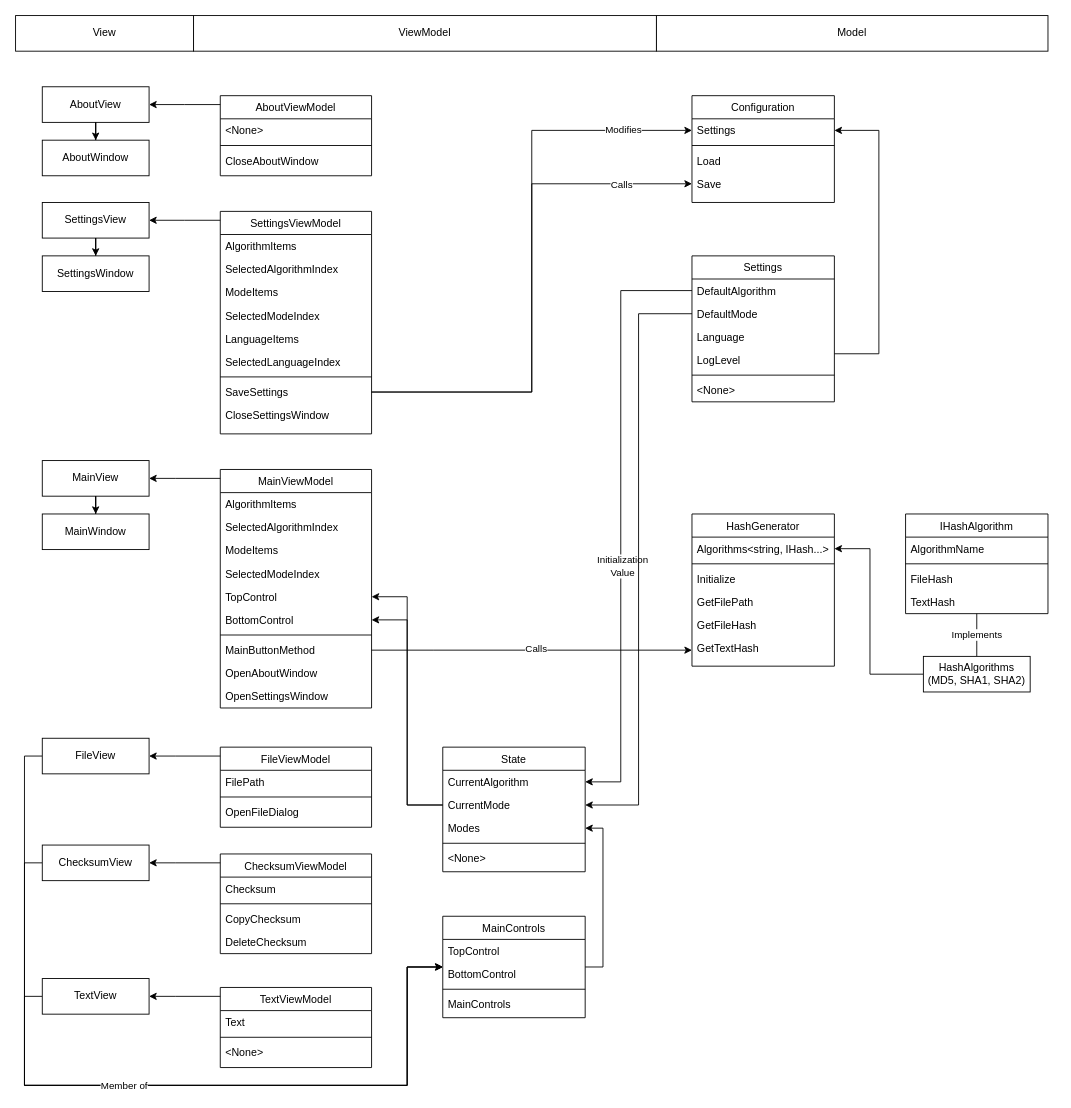
Before: rough_relationship_diagram.drawio in ZeroOne010101/SumCompare, a draw.io diagram. Source tidied: cells renumbered, new cells numbered last; positions are measured from the earlier drawing's top-left corner, leaving out a move shared by most shapes. Both pictures are drawn from the tidied source at 89%, with x=0, y=0 at pixel (15, 15).
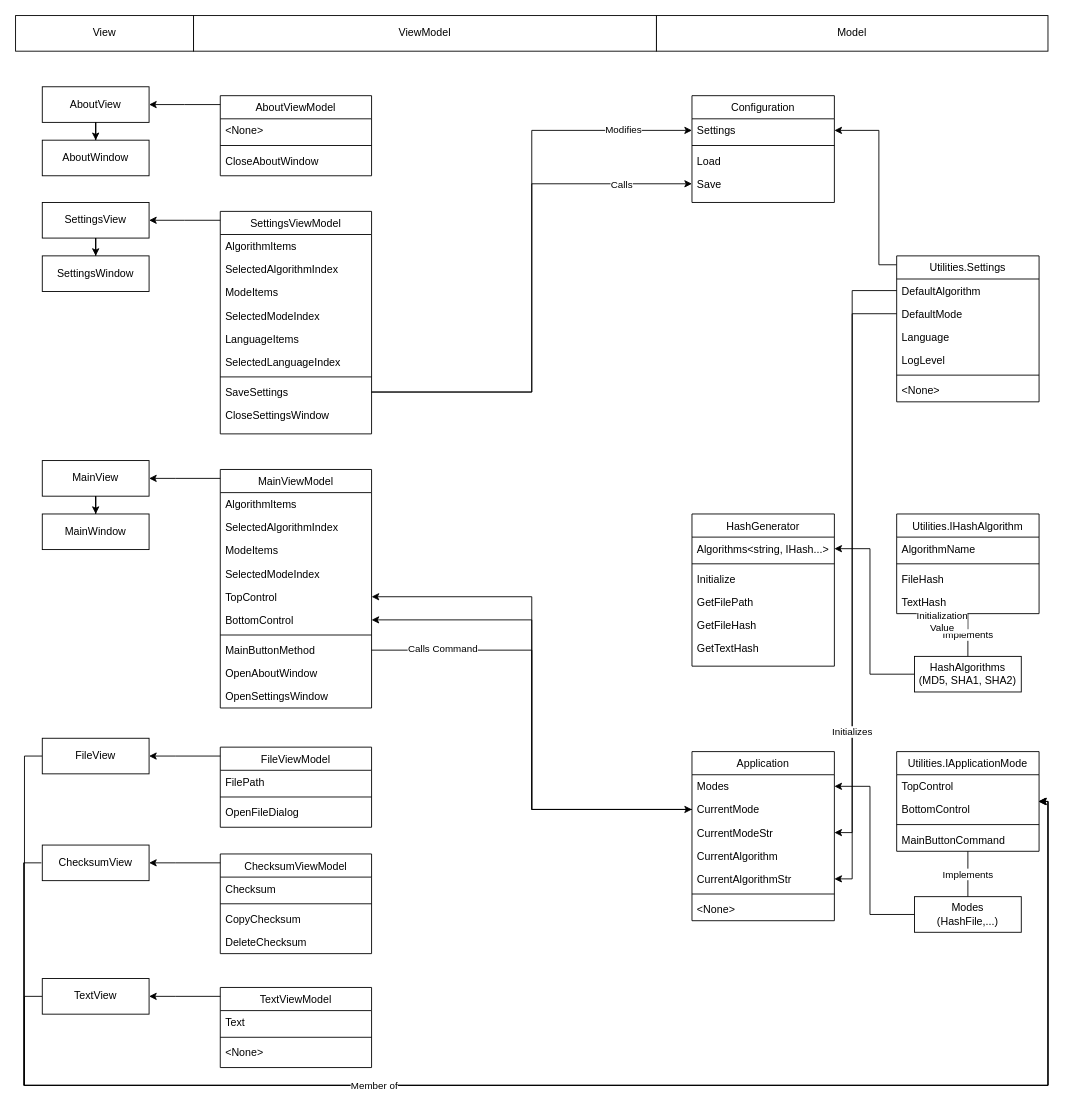
After the change.

Unchanged cells that the change refers to:
```xml
<mxCell id="30" value="MainButtonMethod" style="text;align=left;verticalAlign=top;spacingLeft=4;spacingRight=4;overflow=hidden;points=[[0,0.5],[1,0.5]];portConstraint=eastwest;" parent="22" vertex="1">
  <mxGeometry y="190" width="170" height="26" as="geometry" />
</mxCell>
<mxCell id="40" value="Settings" style="text;align=left;verticalAlign=top;spacingLeft=4;spacingRight=4;overflow=hidden;points=[[0,0.5],[1,0.5]];portConstraint=eastwest;" parent="39" vertex="1">
  <mxGeometry y="26" width="160" height="26" as="geometry" />
</mxCell>
<mxCell id="46" value="DefaultAlgorithm" style="text;align=left;verticalAlign=top;spacingLeft=4;spacingRight=4;overflow=hidden;points=[[0,0.5],[1,0.5]];portConstraint=eastwest;" parent="45" vertex="1">
  <mxGeometry y="26" width="160" height="26" as="geometry" />
</mxCell>
<mxCell id="47" value="DefaultMode" style="text;align=left;verticalAlign=top;spacingLeft=4;spacingRight=4;overflow=hidden;points=[[0,0.5],[1,0.5]];portConstraint=eastwest;" parent="45" vertex="1">
  <mxGeometry y="52" width="160" height="26" as="geometry" />
</mxCell>
<mxCell id="52" value="HashGenerator" style="swimlane;fontStyle=0;align=center;verticalAlign=top;horizontal=1;startSize=26;rounded=0;shadow=0;strokeWidth=1;" parent="1" vertex="1">
  <mxGeometry x="760" y="560" width="160" height="171" as="geometry" />
</mxCell>
<mxCell id="81" value="FileView" style="rounded=0;whiteSpace=wrap;html=1;" parent="1" vertex="1">
  <mxGeometry x="30" y="812" width="120" height="40" as="geometry" />
</mxCell>
<mxCell id="89" value="ChecksumView" style="rounded=0;whiteSpace=wrap;html=1;" parent="1" vertex="1">
  <mxGeometry x="30" y="932" width="120" height="40" as="geometry" />
</mxCell>
<mxCell id="97" value="TextView" style="rounded=0;whiteSpace=wrap;html=1;" parent="1" vertex="1">
  <mxGeometry x="30" y="1082" width="120" height="40" as="geometry" />
</mxCell>
```

Change to the diagram source:
```diff
@@
-    <mxCell id="7" value="IHashAlgorithm" style="swimlane;fontStyle=0;align=center;verticalAlign=top;horizontal=1;startSize=26;rounded=0;shadow=0;strokeWidth=1;" parent="1" vertex="1">
-      <mxGeometry x="1000" y="560" width="160" height="112" as="geometry" />
+    <mxCell id="7" value="Utilities.IHashAlgorithm" style="swimlane;fontStyle=0;align=center;verticalAlign=top;horizontal=1;startSize=26;rounded=0;shadow=0;strokeWidth=1;" parent="1" vertex="1">
+      <mxGeometry x="990" y="560" width="160" height="112" as="geometry" />
     </mxCell>
@@
     <mxCell id="44" style="edgeStyle=orthogonalEdgeStyle;rounded=0;jettySize=auto;html=1;" parent="1" edge="1" source="45" target="40">
       <mxGeometry relative="1" as="geometry">
         <Array as="points">
-          <mxPoint x="970" y="380" />
+          <mxPoint x="970" y="280" />
           <mxPoint x="970" y="129" />
         </Array>
       </mxGeometry>
     </mxCell>
-    <mxCell id="45" value="Settings" style="swimlane;fontStyle=0;align=center;verticalAlign=top;horizontal=1;startSize=26;rounded=0;shadow=0;strokeWidth=1;" parent="1" vertex="1">
-      <mxGeometry x="760" y="270" width="160" height="164" as="geometry" />
+    <mxCell id="45" value="Utilities.Settings" style="swimlane;fontStyle=0;align=center;verticalAlign=top;horizontal=1;startSize=26;rounded=0;shadow=0;strokeWidth=1;" parent="1" vertex="1">
+      <mxGeometry x="990" y="270" width="160" height="164" as="geometry" />
     </mxCell>
@@
-    <mxCell id="59" value="State" style="swimlane;fontStyle=0;align=center;verticalAlign=top;horizontal=1;startSize=26;rounded=0;shadow=0;strokeWidth=1;" parent="1" vertex="1">
-      <mxGeometry x="480" y="822" width="160" height="140" as="geometry" />
-    </mxCell>
-    <mxCell id="60" value="CurrentAlgorithm" style="text;align=left;verticalAlign=top;spacingLeft=4;spacingRight=4;overflow=hidden;points=[[0,0.5],[1,0.5]];portConstraint=eastwest;" parent="59" vertex="1">
-      <mxGeometry y="26" width="160" height="26" as="geometry" />
-    </mxCell>
-    <mxCell id="61" value="CurrentMode" style="text;align=left;verticalAlign=top;spacingLeft=4;spacingRight=4;overflow=hidden;points=[[0,0.5],[1,0.5]];portConstraint=eastwest;" parent="59" vertex="1">
-      <mxGeometry y="52" width="160" height="26" as="geometry" />
-    </mxCell>
-    <mxCell id="62" value="Modes" style="text;align=left;verticalAlign=top;spacingLeft=4;spacingRight=4;overflow=hidden;points=[[0,0.5],[1,0.5]];portConstraint=eastwest;" parent="59" vertex="1">
-      <mxGeometry y="78" width="160" height="26" as="geometry" />
-    </mxCell>
-    <mxCell id="63" style="line;html=1;strokeWidth=1;align=left;verticalAlign=middle;spacingTop=-1;spacingLeft=3;spacingRight=3;labelPosition=right;" parent="59" vertex="1">
-      <mxGeometry y="104" width="160" height="8" as="geometry" />
-    </mxCell>
-    <mxCell id="64" value="&lt;None&gt;" style="text;align=left;verticalAlign=top;spacingLeft=4;spacingRight=4;overflow=hidden;" parent="59" vertex="1">
-      <mxGeometry y="112" width="160" height="26" as="geometry" />
-    </mxCell>
@@
     <mxCell id="66" value="&lt;div&gt;HashAlgorithms&lt;/div&gt;&lt;div&gt;(MD5, SHA1, SHA2)&lt;br&gt;&lt;/div&gt;" style="rounded=0;whiteSpace=wrap;html=1;" parent="1" vertex="1">
-      <mxGeometry x="1020" y="720" width="120" height="40" as="geometry" />
+      <mxGeometry x="1010" y="720" width="120" height="40" as="geometry" />
     </mxCell>
@@
-    <mxCell id="69" style="edgeStyle=orthogonalEdgeStyle;rounded=0;jettySize=auto;html=1;" parent="1" edge="1" source="70" target="62">
-      <mxGeometry relative="1" as="geometry">
-        <Array as="points">
-          <mxPoint x="660" y="1069" />
-          <mxPoint x="660" y="913" />
-        </Array>
-      </mxGeometry>
-    </mxCell>
-    <mxCell id="70" value="MainControls" style="swimlane;fontStyle=0;align=center;verticalAlign=top;horizontal=1;startSize=26;rounded=0;shadow=0;strokeWidth=1;" parent="1" vertex="1">
-      <mxGeometry x="480" y="1012" width="160" height="114" as="geometry" />
-    </mxCell>
-    <mxCell id="71" value="TopControl" style="text;align=left;verticalAlign=top;spacingLeft=4;spacingRight=4;overflow=hidden;" parent="70" vertex="1">
-      <mxGeometry y="26" width="160" height="26" as="geometry" />
-    </mxCell>
-    <mxCell id="72" value="BottomControl" style="text;align=left;verticalAlign=top;spacingLeft=4;spacingRight=4;overflow=hidden;" parent="70" vertex="1">
-      <mxGeometry y="52" width="160" height="26" as="geometry" />
-    </mxCell>
-    <mxCell id="73" style="line;html=1;strokeWidth=1;align=left;verticalAlign=middle;spacingTop=-1;spacingLeft=3;spacingRight=3;labelPosition=right;" parent="70" vertex="1">
-      <mxGeometry y="78" width="160" height="8" as="geometry" />
-    </mxCell>
-    <mxCell id="74" value="MainControls" style="text;align=left;verticalAlign=top;spacingLeft=4;spacingRight=4;overflow=hidden;" parent="70" vertex="1">
-      <mxGeometry y="86" width="160" height="26" as="geometry" />
-    </mxCell>
@@
-    <mxCell id="80" style="edgeStyle=orthogonalEdgeStyle;rounded=0;jettySize=auto;html=1;" parent="1" edge="1" source="81" target="70">
+    <mxCell id="80" style="edgeStyle=orthogonalEdgeStyle;rounded=0;jettySize=auto;html=1;" parent="1" edge="1" source="81" target="117">
       <mxGeometry relative="1" as="geometry">
         <Array as="points">
           <mxPoint x="10" y="832" />
           <mxPoint x="10" y="1202" />
-          <mxPoint x="440" y="1202" />
-          <mxPoint x="440" y="1069" />
+          <mxPoint x="1160" y="1202" />
+          <mxPoint x="1160" y="883" />
         </Array>
       </mxGeometry>
     </mxCell>
@@
-    <mxCell id="88" style="edgeStyle=orthogonalEdgeStyle;rounded=0;jettySize=auto;html=1;" parent="1" edge="1" source="89" target="70">
+    <mxCell id="88" style="edgeStyle=orthogonalEdgeStyle;rounded=0;orthogonalLoop=1;jettySize=auto;html=1;" parent="1" edge="1">
       <mxGeometry relative="1" as="geometry">
+        <mxPoint x="29" y="952" as="sourcePoint" />
+        <mxPoint x="1149" y="883" as="targetPoint" />
         <Array as="points">
-          <mxPoint x="10" y="952" />
-          <mxPoint x="10" y="1202" />
-          <mxPoint x="440" y="1202" />
-          <mxPoint x="440" y="1069" />
+          <mxPoint x="9" y="952" />
+          <mxPoint x="9" y="1202" />
+          <mxPoint x="1160" y="1202" />
+          <mxPoint x="1160" y="883" />
         </Array>
       </mxGeometry>
     </mxCell>
@@
-    <mxCell id="95" style="edgeStyle=orthogonalEdgeStyle;rounded=0;jettySize=auto;html=1;" parent="1" edge="1" source="97" target="70">
+    <mxCell id="95" style="edgeStyle=orthogonalEdgeStyle;rounded=0;jettySize=auto;html=1;" parent="1" edge="1" source="97" target="117">
       <mxGeometry relative="1" as="geometry">
         <Array as="points">
           <mxPoint x="10" y="1102" />
           <mxPoint x="10" y="1202" />
-          <mxPoint x="440" y="1202" />
-          <mxPoint x="440" y="1069" />
+          <mxPoint x="1160" y="1202" />
+          <mxPoint x="1160" y="883" />
         </Array>
       </mxGeometry>
     </mxCell>
@@
-    <mxCell id="98" style="edgeStyle=orthogonalEdgeStyle;rounded=0;jettySize=auto;html=1;entryX=1;entryY=0.5;entryDx=0;entryDy=0;" parent="1" edge="1" source="46" target="60">
+    <mxCell id="98" style="edgeStyle=orthogonalEdgeStyle;rounded=0;jettySize=auto;html=1;" parent="1" edge="1" source="46" target="121">
       <mxGeometry relative="1" as="geometry">
         <Array as="points">
-          <mxPoint x="680" y="309" />
-          <mxPoint x="680" y="861" />
+          <mxPoint x="940" y="309" />
+          <mxPoint x="940" y="970" />
         </Array>
       </mxGeometry>
     </mxCell>
     <mxCell id="99" value="&lt;div&gt;Initialization&lt;/div&gt;&lt;div&gt;Value&lt;br&gt;&lt;/div&gt;" style="edgeLabel;html=1;align=center;verticalAlign=middle;" parent="98" vertex="1">
       <mxGeometry x="0.08" y="1" relative="1" as="geometry">
-        <mxPoint y="26" as="offset" />
+        <mxPoint x="99" y="26" as="offset" />
       </mxGeometry>
     </mxCell>
-    <mxCell id="100" style="edgeStyle=orthogonalEdgeStyle;rounded=0;jettySize=auto;html=1;entryX=1;entryY=0.5;entryDx=0;entryDy=0;" parent="1" edge="1" source="47" target="61">
-      <mxGeometry relative="1" as="geometry" />
+    <mxCell id="100" style="edgeStyle=orthogonalEdgeStyle;rounded=0;jettySize=auto;html=1;" parent="1" edge="1" source="47" target="120">
+      <mxGeometry relative="1" as="geometry">
+        <Array as="points">
+          <mxPoint x="940" y="335" />
+          <mxPoint x="940" y="918" />
+        </Array>
+      </mxGeometry>
     </mxCell>
+    <mxCell id="116" value="Initializes" style="edgeLabel;html=1;align=center;verticalAlign=middle;" parent="100" vertex="1">
+      <mxGeometry x="0.59" y="-1" relative="1" as="geometry" />
+    </mxCell>
@@
-    <mxCell id="106" style="edgeStyle=orthogonalEdgeStyle;rounded=0;jettySize=auto;html=1;" parent="1" edge="1" source="30" target="52">
-      <mxGeometry relative="1" as="geometry">
-        <Array as="points">
-          <mxPoint x="470" y="713" />
-          <mxPoint x="470" y="713" />
-        </Array>
-      </mxGeometry>
-    </mxCell>
-    <mxCell id="107" value="Calls" style="edgeLabel;html=1;align=center;verticalAlign=middle;" parent="106" vertex="1">
-      <mxGeometry x="0.01" y="-2" relative="1" as="geometry">
-        <mxPoint x="2" y="-4" as="offset" />
-      </mxGeometry>
-    </mxCell>
@@
+    <mxCell id="117" value="Utilities.IApplicationMode" style="swimlane;fontStyle=0;align=center;verticalAlign=top;horizontal=1;startSize=26;rounded=0;shadow=0;strokeWidth=1;" parent="1" vertex="1">
+      <mxGeometry x="990" y="827" width="160" height="112" as="geometry" />
+    </mxCell>
+    <mxCell id="71" value="TopControl" style="text;align=left;verticalAlign=top;spacingLeft=4;spacingRight=4;overflow=hidden;" parent="117" vertex="1">
+      <mxGeometry y="26" width="160" height="26" as="geometry" />
+    </mxCell>
+    <mxCell id="72" value="BottomControl" style="text;align=left;verticalAlign=top;spacingLeft=4;spacingRight=4;overflow=hidden;" parent="117" vertex="1">
+      <mxGeometry y="52" width="160" height="26" as="geometry" />
+    </mxCell>
+    <mxCell id="73" style="line;html=1;strokeWidth=1;align=left;verticalAlign=middle;spacingTop=-1;spacingLeft=3;spacingRight=3;labelPosition=right;" parent="117" vertex="1">
+      <mxGeometry y="78" width="160" height="8" as="geometry" />
+    </mxCell>
+    <mxCell id="118" value="MainButtonCommand" style="text;align=left;verticalAlign=top;spacingLeft=4;spacingRight=4;overflow=hidden;" parent="117" vertex="1">
+      <mxGeometry y="86" width="160" height="26" as="geometry" />
+    </mxCell>
+    <mxCell id="119" value="Application" style="swimlane;fontStyle=0;align=center;verticalAlign=top;horizontal=1;startSize=26;rounded=0;shadow=0;strokeWidth=1;" parent="1" vertex="1">
+      <mxGeometry x="760" y="827" width="160" height="190" as="geometry" />
+    </mxCell>
+    <mxCell id="62" value="Modes" style="text;align=left;verticalAlign=top;spacingLeft=4;spacingRight=4;overflow=hidden;points=[[0,0.5],[1,0.5]];portConstraint=eastwest;" parent="119" vertex="1">
+      <mxGeometry y="26" width="160" height="26" as="geometry" />
+    </mxCell>
+    <mxCell id="61" value="CurrentMode" style="text;align=left;verticalAlign=top;spacingLeft=4;spacingRight=4;overflow=hidden;points=[[0,0.5],[1,0.5]];portConstraint=eastwest;" parent="119" vertex="1">
+      <mxGeometry y="52" width="160" height="26" as="geometry" />
+    </mxCell>
+    <mxCell id="120" value="CurrentModeStr" style="text;align=left;verticalAlign=top;spacingLeft=4;spacingRight=4;overflow=hidden;points=[[0,0.5],[1,0.5]];portConstraint=eastwest;" parent="119" vertex="1">
+      <mxGeometry y="78" width="160" height="26" as="geometry" />
+    </mxCell>
+    <mxCell id="60" value="CurrentAlgorithm" style="text;align=left;verticalAlign=top;spacingLeft=4;spacingRight=4;overflow=hidden;points=[[0,0.5],[1,0.5]];portConstraint=eastwest;" parent="119" vertex="1">
+      <mxGeometry y="104" width="160" height="26" as="geometry" />
+    </mxCell>
+    <mxCell id="121" value="CurrentAlgorithmStr" style="text;align=left;verticalAlign=top;spacingLeft=4;spacingRight=4;overflow=hidden;points=[[0,0.5],[1,0.5]];portConstraint=eastwest;" parent="119" vertex="1">
+      <mxGeometry y="130" width="160" height="26" as="geometry" />
+    </mxCell>
+    <mxCell id="122" style="line;html=1;strokeWidth=1;align=left;verticalAlign=middle;spacingTop=-1;spacingLeft=3;spacingRight=3;labelPosition=right;" parent="119" vertex="1">
+      <mxGeometry y="156" width="160" height="8" as="geometry" />
+    </mxCell>
+    <mxCell id="123" value="&lt;None&gt;" style="text;align=left;verticalAlign=top;spacingLeft=4;spacingRight=4;overflow=hidden;" parent="119" vertex="1">
+      <mxGeometry y="164" width="160" height="26" as="geometry" />
+    </mxCell>
+    <mxCell id="124" value="Implements" style="edgeStyle=orthogonalEdgeStyle;rounded=0;jettySize=auto;html=1;endArrow=none;endFill=0;" parent="1" edge="1" source="117" target="126">
+      <mxGeometry relative="1" as="geometry" />
+    </mxCell>
+    <mxCell id="125" style="edgeStyle=orthogonalEdgeStyle;rounded=0;jettySize=auto;html=1;" parent="1" edge="1" source="126" target="62">
+      <mxGeometry relative="1" as="geometry">
+        <Array as="points">
+          <mxPoint x="960" y="1010" />
+          <mxPoint x="960" y="866" />
+        </Array>
+      </mxGeometry>
+    </mxCell>
+    <mxCell id="126" value="&lt;div&gt;Modes&lt;/div&gt;&lt;div&gt;(HashFile,...)&lt;/div&gt;" style="rounded=0;whiteSpace=wrap;html=1;" parent="1" vertex="1">
+      <mxGeometry x="1010" y="990" width="120" height="40" as="geometry" />
+    </mxCell>
+    <mxCell id="127" style="edgeStyle=orthogonalEdgeStyle;rounded=0;jettySize=auto;html=1;" parent="1" edge="1" source="30" target="61">
+      <mxGeometry relative="1" as="geometry" />
+    </mxCell>
+    <mxCell id="128" value="Calls Command" style="edgeLabel;html=1;align=center;verticalAlign=middle;" parent="127" vertex="1">
+      <mxGeometry x="-0.59" y="-2" relative="1" as="geometry">
+        <mxPoint x="-31" y="-4" as="offset" />
+      </mxGeometry>
+    </mxCell>
```
